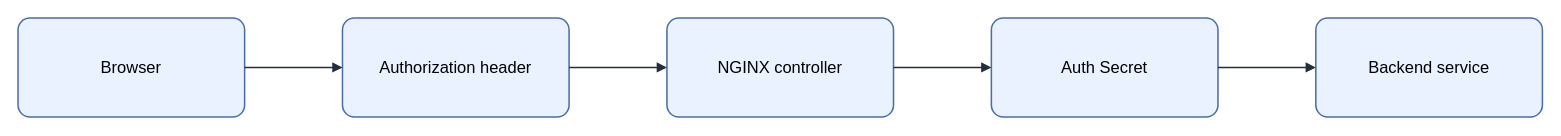
Before: assets/img/kubernetes/nginx-basic-auth-flow.drawio in KKamJi98/kkamji98.github.io, a draw.io diagram. Source tidied: cells renumbered, new cells numbered last; positions are measured from the earlier drawing's top-left corner, leaving out a move shared by most shapes. Both pictures are drawn from the tidied source at 103%, with x=0, y=0 at pixel (18, 18).
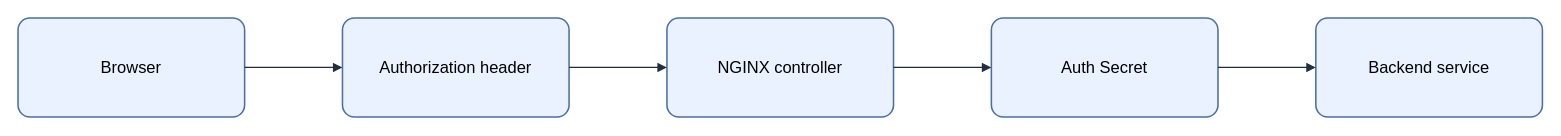
The same page after the edit.

Diff of the diagram source:
```diff
@@
 <mxGraphModel background="#FFFFFF">
   <root>
     <mxCell id="0" />
     <mxCell id="1" parent="0" />
-    <mxCell id="2" value="&lt;font style=&quot;color: rgb(0, 0, 0);&quot;&gt;Browser&lt;/font&gt;" style="rounded=1;arcSize=12;whiteSpace=wrap;html=1;fillColor=#EAF2FF;strokeColor=#4A6FA5;strokeWidth=1.5;fontColor=#000000;fontSize=16;align=center;verticalAlign=middle;spacing=8;shadow=0;" parent="1" vertex="1">
+    <mxCell id="2" value="Browser" style="rounded=1;arcSize=12;whiteSpace=wrap;html=0;fillColor=#EAF2FF;strokeColor=#4A6FA5;strokeWidth=1.5;fontColor=#000000;fontSize=16;align=center;verticalAlign=middle;spacing=8;shadow=0;" parent="1" vertex="1">
       <mxGeometry width="220" height="96" as="geometry" />
     </mxCell>
-    <mxCell id="3" value="&lt;font style=&quot;color: rgb(0, 0, 0);&quot;&gt;Authorization header&lt;/font&gt;" style="rounded=1;arcSize=12;whiteSpace=wrap;html=1;fillColor=#EAF2FF;strokeColor=#4A6FA5;strokeWidth=1.5;fontColor=#000000;fontSize=16;align=center;verticalAlign=middle;spacing=8;shadow=0;" parent="1" vertex="1">
+    <mxCell id="3" value="Authorization header" style="rounded=1;arcSize=12;whiteSpace=wrap;html=0;fillColor=#EAF2FF;strokeColor=#4A6FA5;strokeWidth=1.5;fontColor=#000000;fontSize=16;align=center;verticalAlign=middle;spacing=8;shadow=0;" parent="1" vertex="1">
       <mxGeometry x="315" width="220" height="96" as="geometry" />
     </mxCell>
-    <mxCell id="4" value="&lt;font style=&quot;color: rgb(0, 0, 0);&quot;&gt;NGINX controller&lt;/font&gt;" style="rounded=1;arcSize=12;whiteSpace=wrap;html=1;fillColor=#EAF2FF;strokeColor=#4A6FA5;strokeWidth=1.5;fontColor=#000000;fontSize=16;align=center;verticalAlign=middle;spacing=8;shadow=0;" parent="1" vertex="1">
+    <mxCell id="4" value="NGINX controller" style="rounded=1;arcSize=12;whiteSpace=wrap;html=0;fillColor=#EAF2FF;strokeColor=#4A6FA5;strokeWidth=1.5;fontColor=#000000;fontSize=16;align=center;verticalAlign=middle;spacing=8;shadow=0;" parent="1" vertex="1">
       <mxGeometry x="630" width="220" height="96" as="geometry" />
     </mxCell>
-    <mxCell id="5" value="&lt;font style=&quot;color: rgb(0, 0, 0);&quot;&gt;Auth Secret&lt;/font&gt;" style="rounded=1;arcSize=12;whiteSpace=wrap;html=1;fillColor=#EAF2FF;strokeColor=#4A6FA5;strokeWidth=1.5;fontColor=#000000;fontSize=16;align=center;verticalAlign=middle;spacing=8;shadow=0;" parent="1" vertex="1">
+    <mxCell id="5" value="Auth Secret" style="rounded=1;arcSize=12;whiteSpace=wrap;html=0;fillColor=#EAF2FF;strokeColor=#4A6FA5;strokeWidth=1.5;fontColor=#000000;fontSize=16;align=center;verticalAlign=middle;spacing=8;shadow=0;" parent="1" vertex="1">
       <mxGeometry x="945" width="220" height="96" as="geometry" />
     </mxCell>
-    <mxCell id="6" value="&lt;font style=&quot;color: rgb(0, 0, 0);&quot;&gt;Backend service&lt;/font&gt;" style="rounded=1;arcSize=12;whiteSpace=wrap;html=1;fillColor=#EAF2FF;strokeColor=#4A6FA5;strokeWidth=1.5;fontColor=#000000;fontSize=16;align=center;verticalAlign=middle;spacing=8;shadow=0;" parent="1" vertex="1">
+    <mxCell id="6" value="Backend service" style="rounded=1;arcSize=12;whiteSpace=wrap;html=0;fillColor=#EAF2FF;strokeColor=#4A6FA5;strokeWidth=1.5;fontColor=#000000;fontSize=16;align=center;verticalAlign=middle;spacing=8;shadow=0;" parent="1" vertex="1">
       <mxGeometry x="1260" width="220" height="96" as="geometry" />
     </mxCell>
-    <mxCell id="7" style="edgeStyle=orthogonalEdgeStyle;rounded=0;jettySize=auto;html=1;endArrow=block;endFill=1;strokeColor=#232F3E;strokeWidth=1.5;fontColor=#000000;labelBackgroundColor=none;exitX=1;exitY=0.5;exitDx=0;exitDy=0;entryX=0;entryY=0.5;entryDx=0;entryDy=0;" parent="1" edge="1" source="2" target="3">
+    <mxCell id="7" style="edgeStyle=orthogonalEdgeStyle;rounded=0;jettySize=auto;html=0;endArrow=block;endFill=1;strokeColor=#232F3E;strokeWidth=1.25;fontColor=#000000;labelBackgroundColor=none;exitX=1;exitY=0.5;exitDx=0;exitDy=0;entryX=0;entryY=0.5;entryDx=0;entryDy=0;" parent="1" edge="1" source="2" target="3">
       <mxGeometry relative="1" as="geometry" />
     </mxCell>
-    <mxCell id="8" style="edgeStyle=orthogonalEdgeStyle;rounded=0;jettySize=auto;html=1;endArrow=block;endFill=1;strokeColor=#232F3E;strokeWidth=1.5;fontColor=#000000;labelBackgroundColor=none;exitX=1;exitY=0.5;exitDx=0;exitDy=0;entryX=0;entryY=0.5;entryDx=0;entryDy=0;" parent="1" edge="1" source="3" target="4">
+    <mxCell id="8" style="edgeStyle=orthogonalEdgeStyle;rounded=0;jettySize=auto;html=0;endArrow=block;endFill=1;strokeColor=#232F3E;strokeWidth=1.25;fontColor=#000000;labelBackgroundColor=none;exitX=1;exitY=0.5;exitDx=0;exitDy=0;entryX=0;entryY=0.5;entryDx=0;entryDy=0;" parent="1" edge="1" source="3" target="4">
       <mxGeometry relative="1" as="geometry" />
     </mxCell>
-    <mxCell id="9" style="edgeStyle=orthogonalEdgeStyle;rounded=0;jettySize=auto;html=1;endArrow=block;endFill=1;strokeColor=#232F3E;strokeWidth=1.5;fontColor=#000000;labelBackgroundColor=none;exitX=1;exitY=0.5;exitDx=0;exitDy=0;entryX=0;entryY=0.5;entryDx=0;entryDy=0;" parent="1" edge="1" source="4" target="5">
+    <mxCell id="9" style="edgeStyle=orthogonalEdgeStyle;rounded=0;jettySize=auto;html=0;endArrow=block;endFill=1;strokeColor=#232F3E;strokeWidth=1.25;fontColor=#000000;labelBackgroundColor=none;exitX=1;exitY=0.5;exitDx=0;exitDy=0;entryX=0;entryY=0.5;entryDx=0;entryDy=0;" parent="1" edge="1" source="4" target="5">
       <mxGeometry relative="1" as="geometry" />
     </mxCell>
-    <mxCell id="10" style="edgeStyle=orthogonalEdgeStyle;rounded=0;jettySize=auto;html=1;endArrow=block;endFill=1;strokeColor=#232F3E;strokeWidth=1.5;fontColor=#000000;labelBackgroundColor=none;exitX=1;exitY=0.5;exitDx=0;exitDy=0;entryX=0;entryY=0.5;entryDx=0;entryDy=0;" parent="1" edge="1" source="5" target="6">
+    <mxCell id="10" style="edgeStyle=orthogonalEdgeStyle;rounded=0;jettySize=auto;html=0;endArrow=block;endFill=1;strokeColor=#232F3E;strokeWidth=1.25;fontColor=#000000;labelBackgroundColor=none;exitX=1;exitY=0.5;exitDx=0;exitDy=0;entryX=0;entryY=0.5;entryDx=0;entryDy=0;" parent="1" edge="1" source="5" target="6">
       <mxGeometry relative="1" as="geometry" />
     </mxCell>
   </root>
 </mxGraphModel>
```
